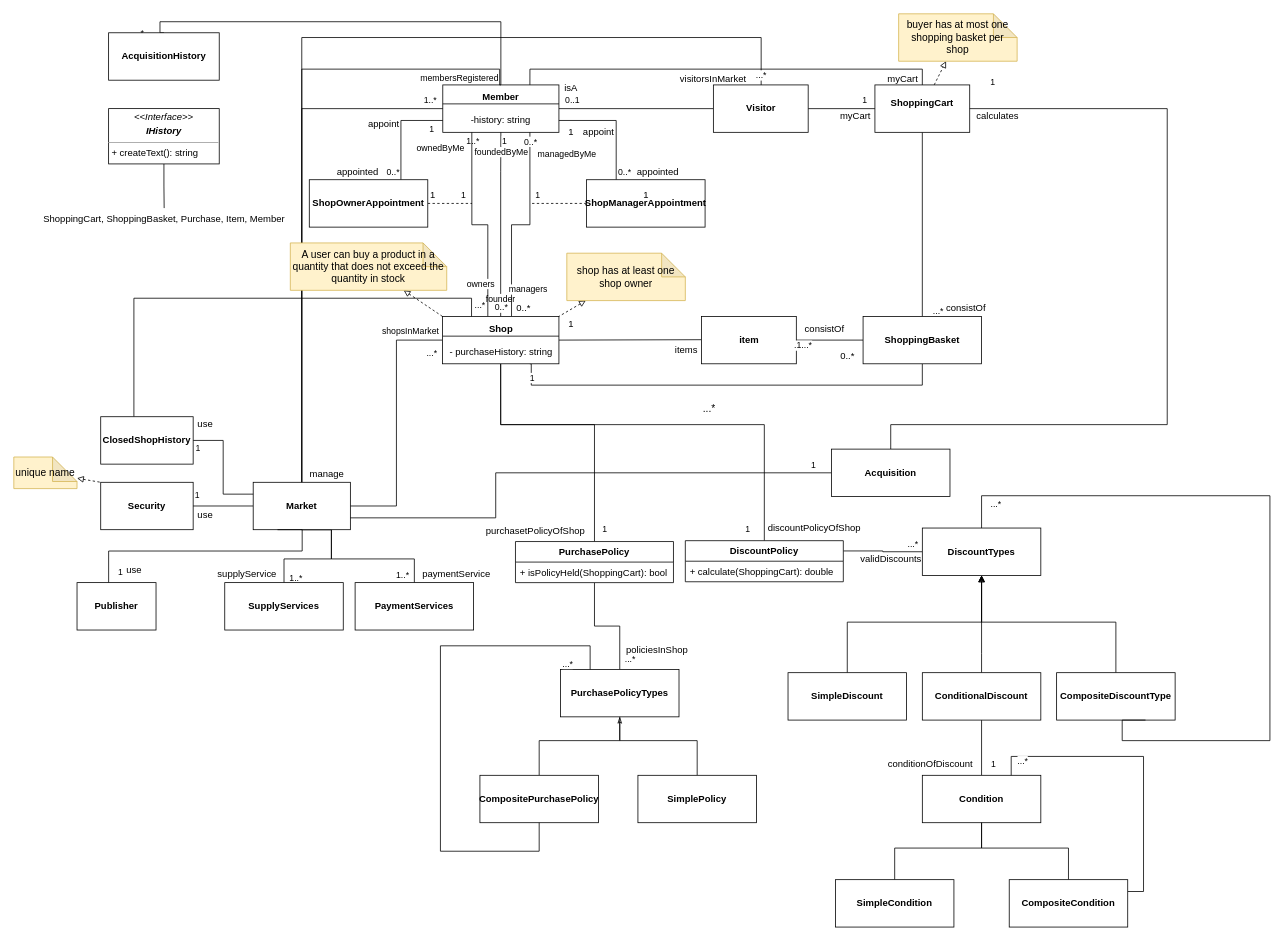
Before: Documents/whiteDiagram_v3.drawio in AyalaBadash/market_2022, a draw.io diagram. Source tidied: cells renumbered, new cells numbered last; positions are measured from the earlier drawing's top-left corner, leaving out a move shared by most shapes. Both pictures are drawn from the tidied source at 79%, with x=0, y=0 at pixel (13, 13).
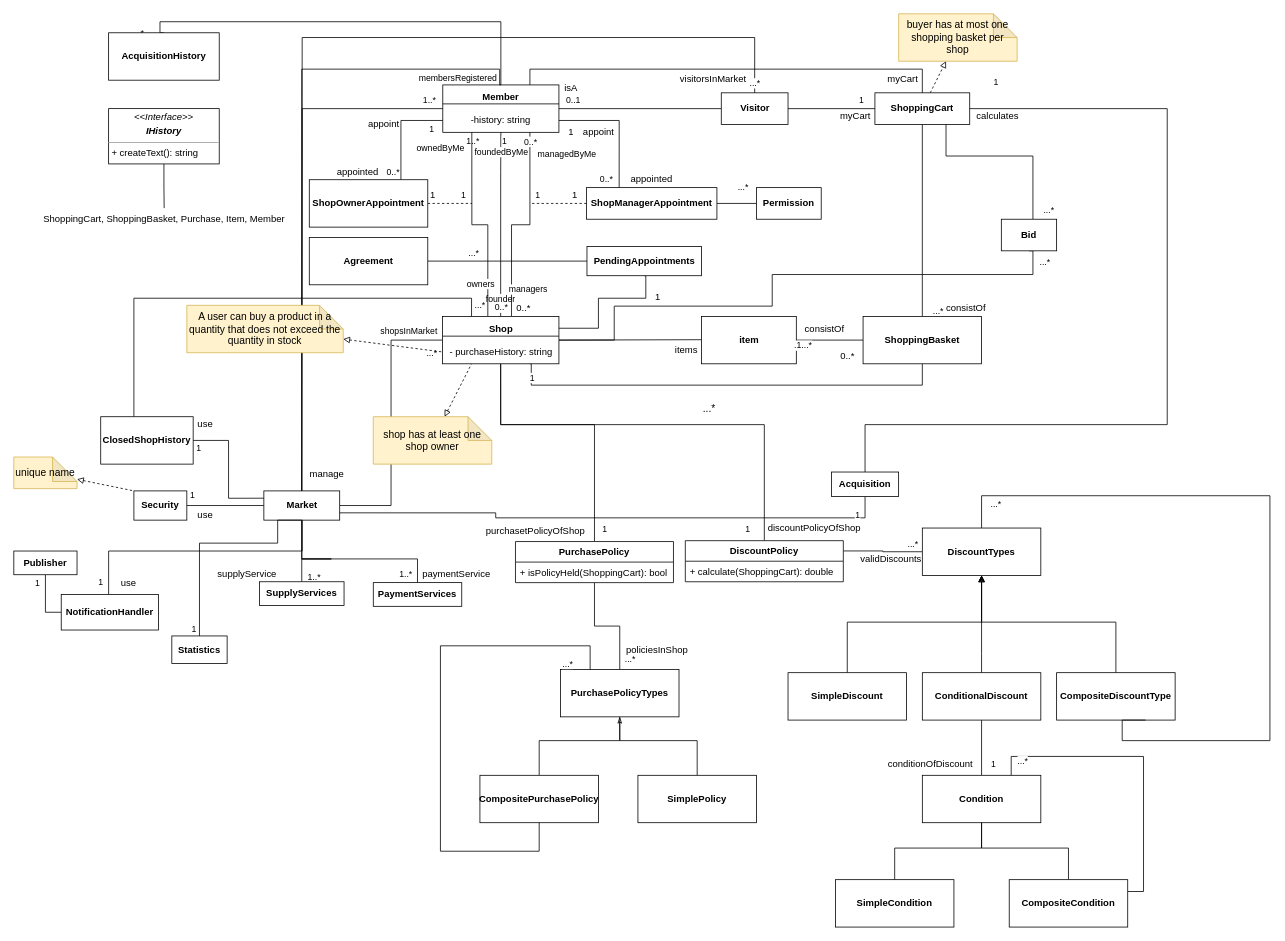
The same diagram, later.

Unchanged cells that the change refers to:
```xml
<mxCell id="20" value="&lt;b&gt;Member&lt;/b&gt;&lt;br&gt;&lt;div style=&quot;text-align: left&quot;&gt;&lt;span&gt;&lt;br&gt;&lt;/span&gt;&lt;/div&gt;&lt;div style=&quot;text-align: left&quot;&gt;&lt;span&gt;-history: string&lt;/span&gt;&lt;/div&gt;" style="rounded=0;whiteSpace=wrap;html=1;" parent="1" vertex="1">
  <mxGeometry x="543" y="90" width="147" height="60" as="geometry" />
</mxCell>
<mxCell id="47" value="&lt;b&gt;Shop&lt;/b&gt;&lt;br&gt;&lt;br&gt;- purchaseHistory: string" style="rounded=0;whiteSpace=wrap;html=1;" parent="1" vertex="1">
  <mxGeometry x="542.5" y="383" width="147.5" height="60" as="geometry" />
</mxCell>
```

Change to the diagram source:
```diff
@@
+    <mxCell id="134" value="...*" style="edgeStyle=orthogonalEdgeStyle;rounded=0;jettySize=auto;html=1;endArrow=none;endFill=0;exitX=0.75;exitY=1;exitDx=0;exitDy=0;" parent="1" edge="1" source="10" target="144">
+      <mxGeometry x="0.9" y="20" relative="1" as="geometry">
+        <Array as="points">
+          <mxPoint x="1180" y="180" />
+          <mxPoint x="1290" y="180" />
+        </Array>
+      </mxGeometry>
+    </mxCell>
-    <mxCell id="10" value="ShoppingCart&lt;div style=&quot;padding: 0px ; margin: 0px&quot;&gt;&lt;br style=&quot;padding: 0px; margin: 0px;&quot;&gt;&lt;/div&gt;" style="rounded=0;whiteSpace=wrap;html=1;fontStyle=1;" parent="1" vertex="1">
-      <mxGeometry x="1090" y="90" width="120" height="60" as="geometry" />
+    <mxCell id="10" value="ShoppingCart" style="rounded=0;whiteSpace=wrap;html=1;fontStyle=1;" parent="1" vertex="1">
+      <mxGeometry x="1090" y="100" width="120" height="40" as="geometry" />
     </mxCell>
@@
     <mxCell id="14" value="Visitor" style="rounded=0;whiteSpace=wrap;html=1;fontStyle=1;" parent="1" vertex="1">
-      <mxGeometry x="885.5" y="90" width="120" height="60" as="geometry" />
+      <mxGeometry x="895.5" y="100" width="84.5" height="40" as="geometry" />
     </mxCell>
@@
     <mxCell id="21" value="0..*" style="edgeStyle=orthogonalEdgeStyle;rounded=0;jettySize=auto;html=1;entryX=1;entryY=0.75;entryDx=0;entryDy=0;endArrow=none;endFill=0;exitX=0.25;exitY=0;exitDx=0;exitDy=0;" parent="1" edge="1" source="23" target="20">
-      <mxGeometry x="-0.86" y="-9" relative="1" as="geometry">
-        <mxPoint x="1" as="offset" />
+      <mxGeometry x="-0.88" y="16" relative="1" as="geometry">
+        <mxPoint y="-1" as="offset" />
       </mxGeometry>
     </mxCell>
@@
+    <mxCell id="135" value="...*" style="edgeStyle=orthogonalEdgeStyle;rounded=0;jettySize=auto;html=1;endArrow=none;endFill=0;" parent="1" edge="1" source="23" target="140">
+      <mxGeometry x="0.32" y="20" relative="1" as="geometry" />
+    </mxCell>
     <mxCell id="23" value="&lt;b&gt;ShopManagerAppointment&lt;/b&gt;" style="rounded=0;whiteSpace=wrap;html=1;" parent="1" vertex="1">
-      <mxGeometry x="725" y="210" width="150" height="60" as="geometry" />
+      <mxGeometry x="725" y="220" width="165" height="40" as="geometry" />
     </mxCell>
@@
     <mxCell id="27" value="&lt;span style=&quot;font-weight: 700&quot;&gt;Security&lt;/span&gt;" style="rounded=0;whiteSpace=wrap;html=1;" parent="1" vertex="1">
-      <mxGeometry x="110" y="593" width="117" height="60" as="geometry" />
+      <mxGeometry x="152" y="603.9" width="67" height="37" as="geometry" />
     </mxCell>
@@
     <mxCell id="33" value="&lt;span style=&quot;font-weight: 700&quot;&gt;Market&lt;/span&gt;" style="rounded=0;whiteSpace=wrap;html=1;" parent="1" vertex="1">
-      <mxGeometry x="303" y="593" width="123" height="60" as="geometry" />
+      <mxGeometry x="316.5" y="603.9" width="96" height="37" as="geometry" />
     </mxCell>
@@
+    <mxCell id="136" style="edgeStyle=orthogonalEdgeStyle;rounded=0;jettySize=auto;html=1;entryX=0.5;entryY=1;entryDx=0;entryDy=0;endArrow=none;endFill=0;" parent="1" edge="1" source="47" target="144">
+      <mxGeometry relative="1" as="geometry">
+        <Array as="points">
+          <mxPoint x="760" y="413" />
+          <mxPoint x="760" y="370" />
+          <mxPoint x="960" y="370" />
+          <mxPoint x="960" y="330" />
+          <mxPoint x="1290" y="330" />
+        </Array>
+      </mxGeometry>
+    </mxCell>
+    <mxCell id="137" value="...*" style="edgeLabel;html=1;align=center;verticalAlign=middle;" parent="136" vertex="1">
+      <mxGeometry x="0.87" y="1" relative="1" as="geometry">
+        <mxPoint x="26" y="-16" as="offset" />
+      </mxGeometry>
+    </mxCell>
@@
     <mxCell id="48" value="&lt;span style=&quot;font-weight: 700&quot;&gt;SupplyServices&lt;/span&gt;" style="rounded=0;whiteSpace=wrap;html=1;" parent="1" vertex="1">
-      <mxGeometry x="267" y="720" width="150" height="60" as="geometry" />
+      <mxGeometry x="311" y="718.9" width="107" height="30" as="geometry" />
     </mxCell>
     <mxCell id="49" value="&lt;span style=&quot;font-weight: 700&quot;&gt;Payment&lt;/span&gt;&lt;span style=&quot;font-weight: 700&quot;&gt;Services&lt;/span&gt;" style="rounded=0;whiteSpace=wrap;html=1;" parent="1" vertex="1">
-      <mxGeometry x="432" y="720" width="150" height="60" as="geometry" />
+      <mxGeometry x="455" y="720" width="112" height="30" as="geometry" />
     </mxCell>
@@
-    <mxCell id="55" style="rounded=0;jettySize=auto;html=1;entryX=1;entryY=0;entryDx=0;entryDy=0;startArrow=block;startFill=0;endArrow=none;endFill=0;dashed=1;" parent="1" edge="1" source="56" target="47">
+    <mxCell id="55" style="rounded=0;jettySize=auto;html=1;entryX=0.25;entryY=1;entryDx=0;entryDy=0;startArrow=block;startFill=0;endArrow=none;endFill=0;dashed=1;" parent="1" edge="1" source="56" target="47">
       <mxGeometry relative="1" as="geometry" />
     </mxCell>
     <mxCell id="56" value="shop has at least one shop owner" style="shape=note;whiteSpace=wrap;html=1;backgroundOutline=1;darkOpacity=0.05;fontSize=13;fillColor=#fff2cc;strokeColor=#d6b656;" parent="1" vertex="1">
-      <mxGeometry x="700" y="303" width="150" height="60" as="geometry" />
+      <mxGeometry x="455" y="510" width="150" height="60" as="geometry" />
     </mxCell>
@@
-    <mxCell id="58" style="rounded=0;jettySize=auto;html=1;entryX=0;entryY=0;entryDx=0;entryDy=0;dashed=1;startArrow=block;startFill=0;endArrow=none;endFill=0;" parent="1" edge="1" source="59" target="47">
+    <mxCell id="58" style="rounded=0;jettySize=auto;html=1;entryX=0;entryY=0.75;entryDx=0;entryDy=0;dashed=1;startArrow=block;startFill=0;endArrow=none;endFill=0;" parent="1" edge="1" source="59" target="47">
       <mxGeometry relative="1" as="geometry" />
     </mxCell>
     <mxCell id="59" value="A user can buy a product in a quantity that does not exceed the quantity in stock" style="shape=note;whiteSpace=wrap;html=1;backgroundOutline=1;darkOpacity=0.05;fontSize=13;fillColor=#fff2cc;strokeColor=#d6b656;" parent="1" vertex="1">
-      <mxGeometry x="350" y="290" width="198" height="60" as="geometry" />
+      <mxGeometry x="219" y="369" width="198" height="60" as="geometry" />
     </mxCell>
@@
     <mxCell id="64" value="1" style="text;html=1;align=center;verticalAlign=middle;strokeColor=none;fillColor=none;" parent="1" vertex="1">
-      <mxGeometry x="790" y="220" width="20" height="20" as="geometry" />
+      <mxGeometry x="700" y="220" width="20" height="20" as="geometry" />
     </mxCell>
@@
+    <mxCell id="138" style="edgeStyle=orthogonalEdgeStyle;rounded=0;jettySize=auto;html=1;entryX=0.5;entryY=1;entryDx=0;entryDy=0;endArrow=none;endFill=0;exitX=1;exitY=0.25;exitDx=0;exitDy=0;" parent="1" edge="1" source="47" target="142">
+      <mxGeometry relative="1" as="geometry">
+        <Array as="points">
+          <mxPoint x="740" y="398" />
+          <mxPoint x="740" y="360" />
+          <mxPoint x="800" y="360" />
+        </Array>
+      </mxGeometry>
+    </mxCell>
@@
     <mxCell id="77" value="1" style="edgeStyle=orthogonalEdgeStyle;rounded=0;jettySize=auto;html=1;entryX=0.25;entryY=1;entryDx=0;entryDy=0;endArrow=none;endFill=0;" parent="1" edge="1" source="78" target="33">
-      <mxGeometry x="-0.93" y="-15" relative="1" as="geometry">
+      <mxGeometry x="-0.92" y="10" relative="1" as="geometry">
         <Array as="points">
           <mxPoint x="120" y="680" />
           <mxPoint x="365" y="680" />
         </Array>
-        <mxPoint y="-1" as="offset" />
       </mxGeometry>
     </mxCell>
+    <mxCell id="139" value="1" style="edgeStyle=orthogonalEdgeStyle;rounded=0;jettySize=auto;html=1;entryX=0.5;entryY=1;entryDx=0;entryDy=0;endArrow=none;endFill=0;exitX=0;exitY=0.5;exitDx=0;exitDy=0;" parent="1" edge="1" source="78" target="148">
+      <mxGeometry x="0.7" y="10" relative="1" as="geometry" />
+    </mxCell>
-    <mxCell id="78" value="&lt;span style=&quot;font-weight: 700&quot;&gt;Publisher&lt;/span&gt;" style="rounded=0;whiteSpace=wrap;html=1;" parent="1" vertex="1">
-      <mxGeometry x="80" y="720" width="100" height="60" as="geometry" />
+    <mxCell id="78" value="&lt;span style=&quot;font-weight: 700&quot;&gt;NotificationHandler&lt;/span&gt;" style="rounded=0;whiteSpace=wrap;html=1;" parent="1" vertex="1">
+      <mxGeometry x="60" y="735" width="123" height="45" as="geometry" />
     </mxCell>
@@
     <mxCell id="80" style="edgeStyle=orthogonalEdgeStyle;rounded=0;jettySize=auto;html=1;entryX=1;entryY=0.5;entryDx=0;entryDy=0;endArrow=none;endFill=0;exitX=0.5;exitY=0;exitDx=0;exitDy=0;" parent="1" edge="1" source="82" target="10">
       <mxGeometry relative="1" as="geometry">
         <Array as="points">
-          <mxPoint x="1110" y="520" />
+          <mxPoint x="1077" y="520" />
           <mxPoint x="1460" y="520" />
           <mxPoint x="1460" y="120" />
         </Array>
       </mxGeometry>
     </mxCell>
@@
     <mxCell id="82" value="&lt;b&gt;Acquisition&lt;/b&gt;" style="rounded=0;whiteSpace=wrap;html=1;" parent="1" vertex="1">
-      <mxGeometry x="1035" y="551" width="150" height="60" as="geometry" />
+      <mxGeometry x="1035" y="580" width="85" height="31" as="geometry" />
     </mxCell>
     <mxCell id="83" value="appointed" style="text;html=1;align=center;verticalAlign=middle;strokeColor=none;fillColor=none;" parent="1" vertex="1">
-      <mxGeometry x="780" y="190" width="70" height="20" as="geometry" />
+      <mxGeometry x="772" y="200" width="70" height="20" as="geometry" />
     </mxCell>
@@
     <mxCell id="94" value="1" style="text;html=1;align=center;verticalAlign=middle;strokeColor=none;fillColor=none;" parent="1" vertex="1">
-      <mxGeometry x="695" y="383" width="20" height="20" as="geometry" />
+      <mxGeometry x="805" y="349" width="20" height="20" as="geometry" />
     </mxCell>
@@
     <mxCell id="101" value="use" style="text;html=1;align=center;verticalAlign=middle;strokeColor=none;fillColor=none;" parent="1" vertex="1">
-      <mxGeometry x="137" y="694" width="30" height="20" as="geometry" />
+      <mxGeometry x="130" y="710.9" width="30" height="20" as="geometry" />
     </mxCell>
@@
+    <mxCell id="140" value="&lt;b&gt;Permission&lt;/b&gt;" style="rounded=0;whiteSpace=wrap;html=1;" parent="1" vertex="1">
+      <mxGeometry x="940" y="220" width="82" height="40" as="geometry" />
+    </mxCell>
+    <mxCell id="141" value="...*" style="edgeStyle=orthogonalEdgeStyle;rounded=0;jettySize=auto;html=1;entryX=1;entryY=0.5;entryDx=0;entryDy=0;endArrow=none;endFill=0;" parent="1" edge="1" source="142" target="143">
+      <mxGeometry x="0.43" y="-10" relative="1" as="geometry" />
+    </mxCell>
+    <mxCell id="142" value="&lt;b&gt;PendingAppointments&lt;/b&gt;" style="rounded=0;whiteSpace=wrap;html=1;" parent="1" vertex="1">
+      <mxGeometry x="725.5" y="294.5" width="145" height="37" as="geometry" />
+    </mxCell>
+    <mxCell id="143" value="&lt;b&gt;Agreement&lt;/b&gt;" style="rounded=0;whiteSpace=wrap;html=1;" parent="1" vertex="1">
+      <mxGeometry x="374" y="283" width="150" height="60" as="geometry" />
+    </mxCell>
+    <mxCell id="144" value="Bid" style="rounded=0;whiteSpace=wrap;html=1;fontStyle=1;" parent="1" vertex="1">
+      <mxGeometry x="1250" y="260" width="70" height="40" as="geometry" />
+    </mxCell>
+    <mxCell id="145" style="edgeStyle=orthogonalEdgeStyle;rounded=0;jettySize=auto;html=1;entryX=0.25;entryY=1;entryDx=0;entryDy=0;endArrow=none;endFill=0;exitX=0.5;exitY=0;exitDx=0;exitDy=0;" parent="1" edge="1" source="147" target="33">
+      <mxGeometry relative="1" as="geometry">
+        <Array as="points">
+          <mxPoint x="235" y="670" />
+          <mxPoint x="334" y="670" />
+        </Array>
+      </mxGeometry>
+    </mxCell>
+    <mxCell id="146" value="1" style="edgeLabel;html=1;align=center;verticalAlign=middle;" parent="145" vertex="1">
+      <mxGeometry x="-0.82" y="1" relative="1" as="geometry">
+        <mxPoint x="-7" y="14" as="offset" />
+      </mxGeometry>
+    </mxCell>
+    <mxCell id="147" value="&lt;span style=&quot;font-weight: 700&quot;&gt;Statistics&lt;/span&gt;" style="rounded=0;whiteSpace=wrap;html=1;" parent="1" vertex="1">
+      <mxGeometry x="200" y="787.5" width="70" height="35" as="geometry" />
+    </mxCell>
+    <mxCell id="148" value="&lt;span style=&quot;font-weight: 700&quot;&gt;Publisher&lt;/span&gt;" style="rounded=0;whiteSpace=wrap;html=1;" parent="1" vertex="1">
+      <mxGeometry y="680" width="80" height="30" as="geometry" />
+    </mxCell>
```
